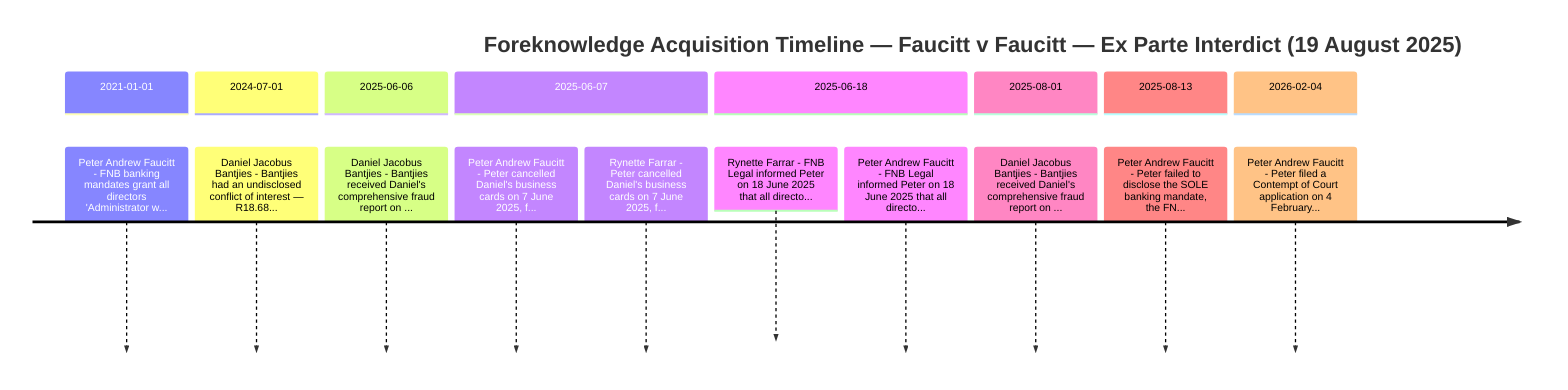
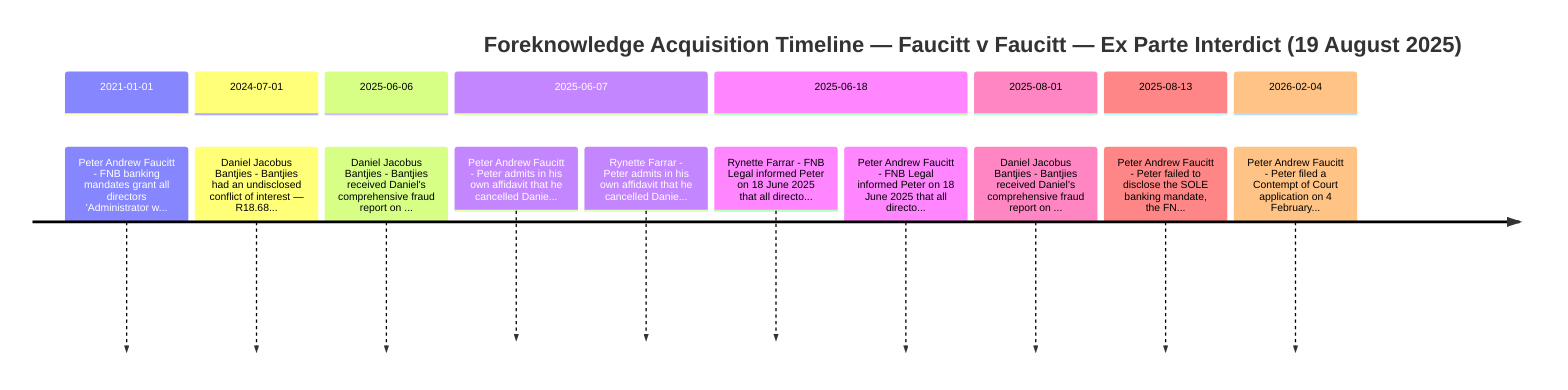
timeline
    title Foreknowledge Acquisition Timeline — Faucitt v Faucitt — Ex Parte Interdict (19 August 2025)
    section 2021-01-01
        Peter Andrew Faucitt - FNB banking mandates grant all directors 'Administrator w...
    section 2024-07-01
        Daniel Jacobus Bantjies - Bantjies had an undisclosed conflict of interest — R18.68...
    section 2025-06-06
        Daniel Jacobus Bantjies - Bantjies received Daniel's comprehensive fraud report on ...
    section 2025-06-07
-         Peter Andrew Faucitt - Peter cancelled Daniel's business cards on 7 June 2025, f...
-         Rynette Farrar - Peter cancelled Daniel's business cards on 7 June 2025, f...
+         Peter Andrew Faucitt - Peter admits in his own affidavit that he cancelled Danie...
+         Rynette Farrar - Peter admits in his own affidavit that he cancelled Danie...
    section 2025-06-18
        Rynette Farrar - FNB Legal informed Peter on 18 June 2025 that all directo...
        Peter Andrew Faucitt - FNB Legal informed Peter on 18 June 2025 that all directo...
    section 2025-08-01
        Daniel Jacobus Bantjies - Bantjies received Daniel's comprehensive fraud report on ...
    section 2025-08-13
        Peter Andrew Faucitt - Peter failed to disclose the SOLE banking mandate, the FN...
    section 2026-02-04
        Peter Andrew Faucitt - Peter filed a Contempt of Court application on 4 February...